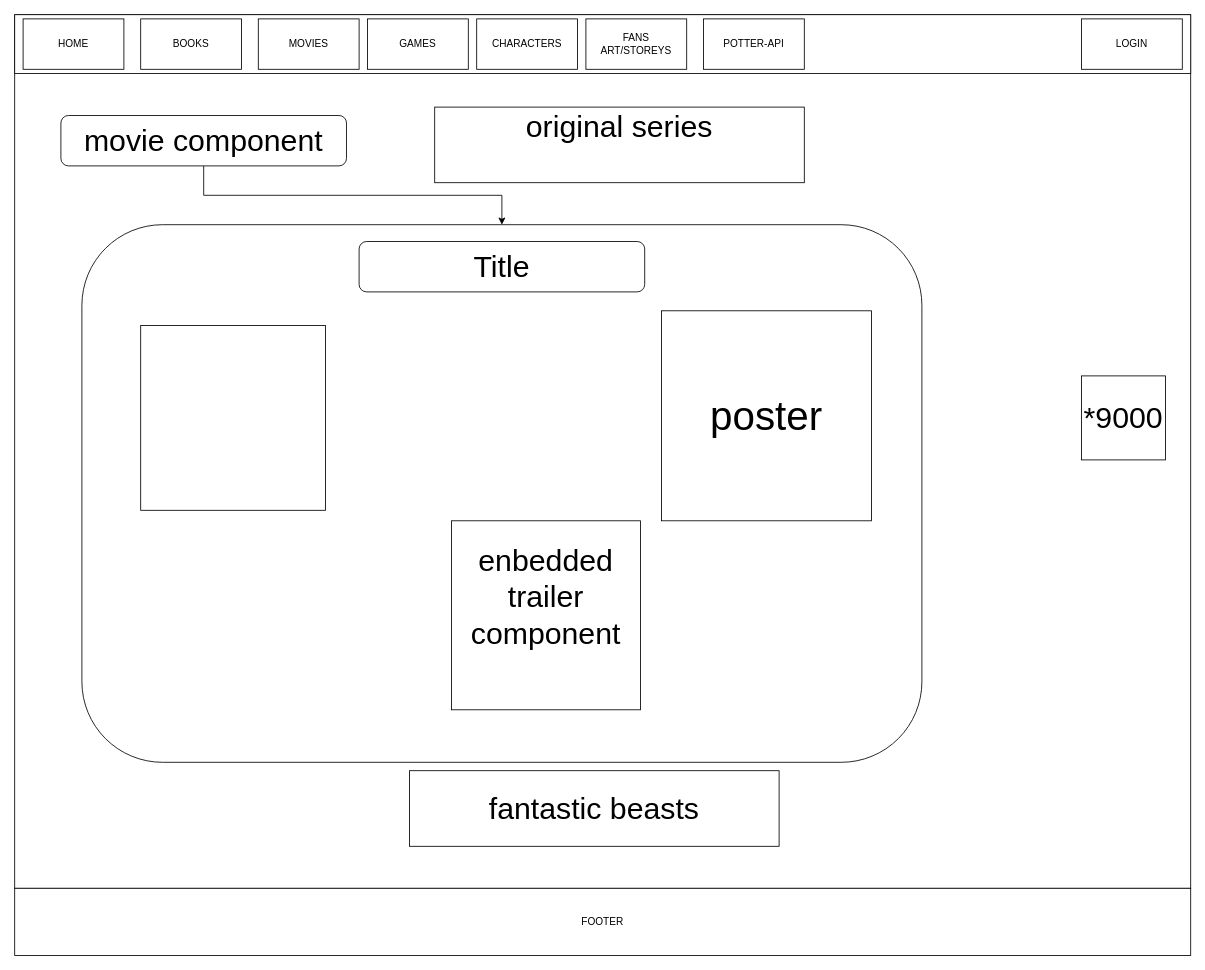
t-bendet/potter-front-end-react keeps this draw.io diagram as page "MOVIES" (3 of 8) of pseudo/Mock site.drawio. Above is the earlier version. Source tidied: cells renumbered, new cells numbered last; positions are measured from the earlier drawing's top-left corner, leaving out a move shared by most shapes. Both pictures are drawn from the tidied source at 84%, with x=0, y=0 at pixel (14, 14).
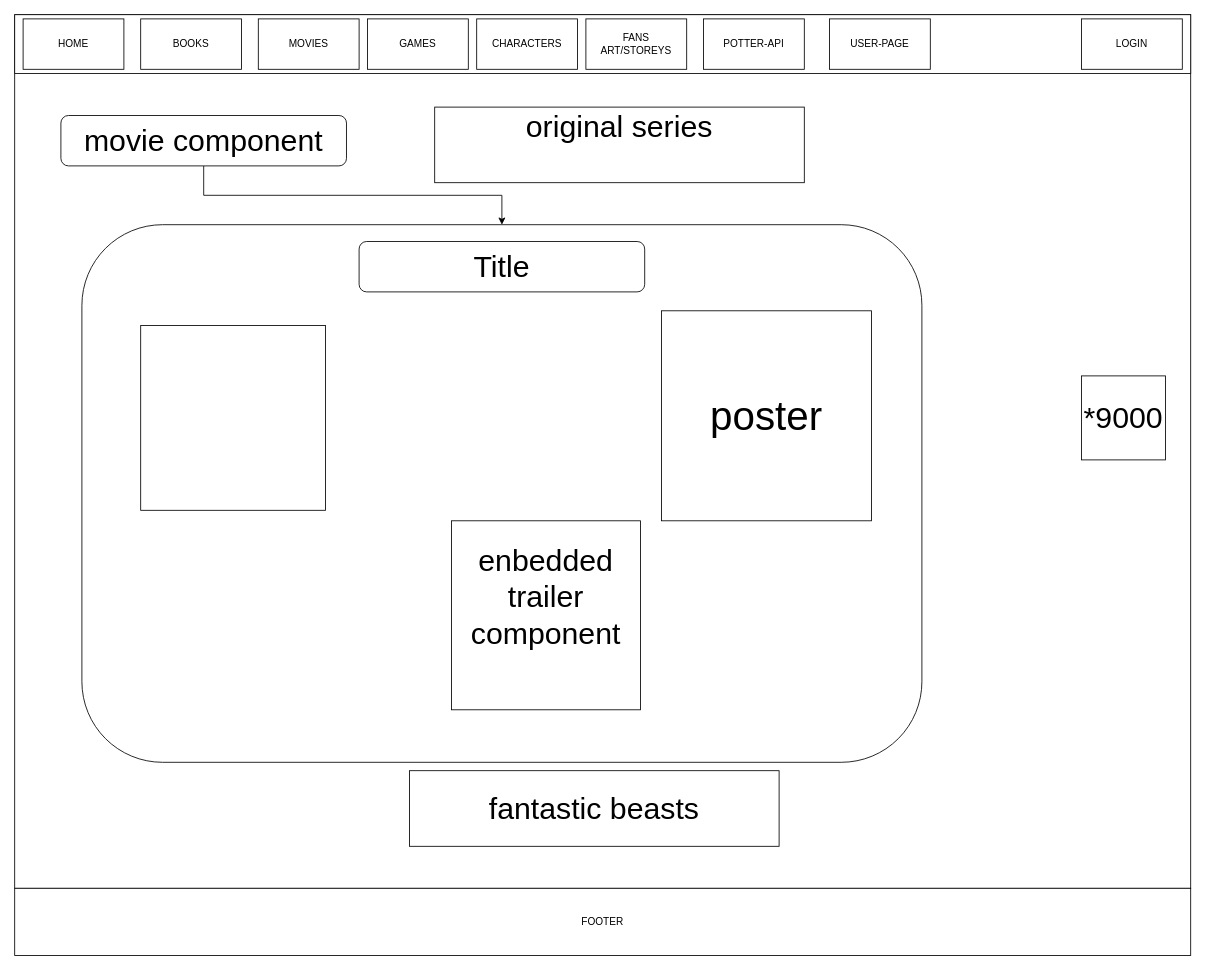
The same diagram, later.

Diff of the diagram source:
```diff
@@
+    <mxCell id="24" value="USER-PAGE" style="rounded=0;whiteSpace=wrap;html=1;" parent="1" vertex="1">
+      <mxGeometry x="970" y="5" width="120" height="60" as="geometry" />
+    </mxCell>
```
